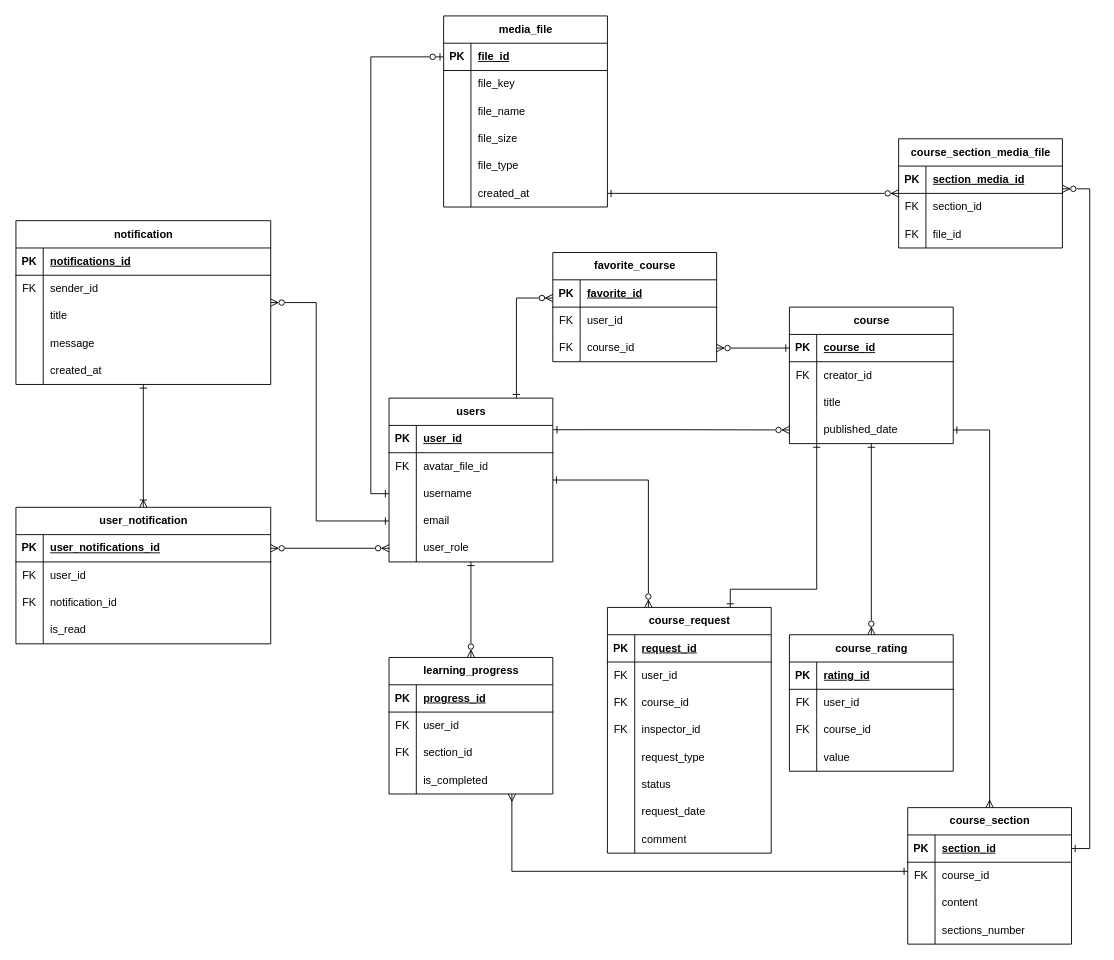
Before: diagrams/ER диаграмма (Entity Relations diagram)/ER diagram.drawio in sahland/9.5-Team, a draw.io diagram. Source tidied: cells renumbered, new cells numbered last; positions are measured from the earlier drawing's top-left corner, leaving out a move shared by most shapes. Both pictures are drawn from the tidied source at 91%, with x=0, y=0 at pixel (15, 15).
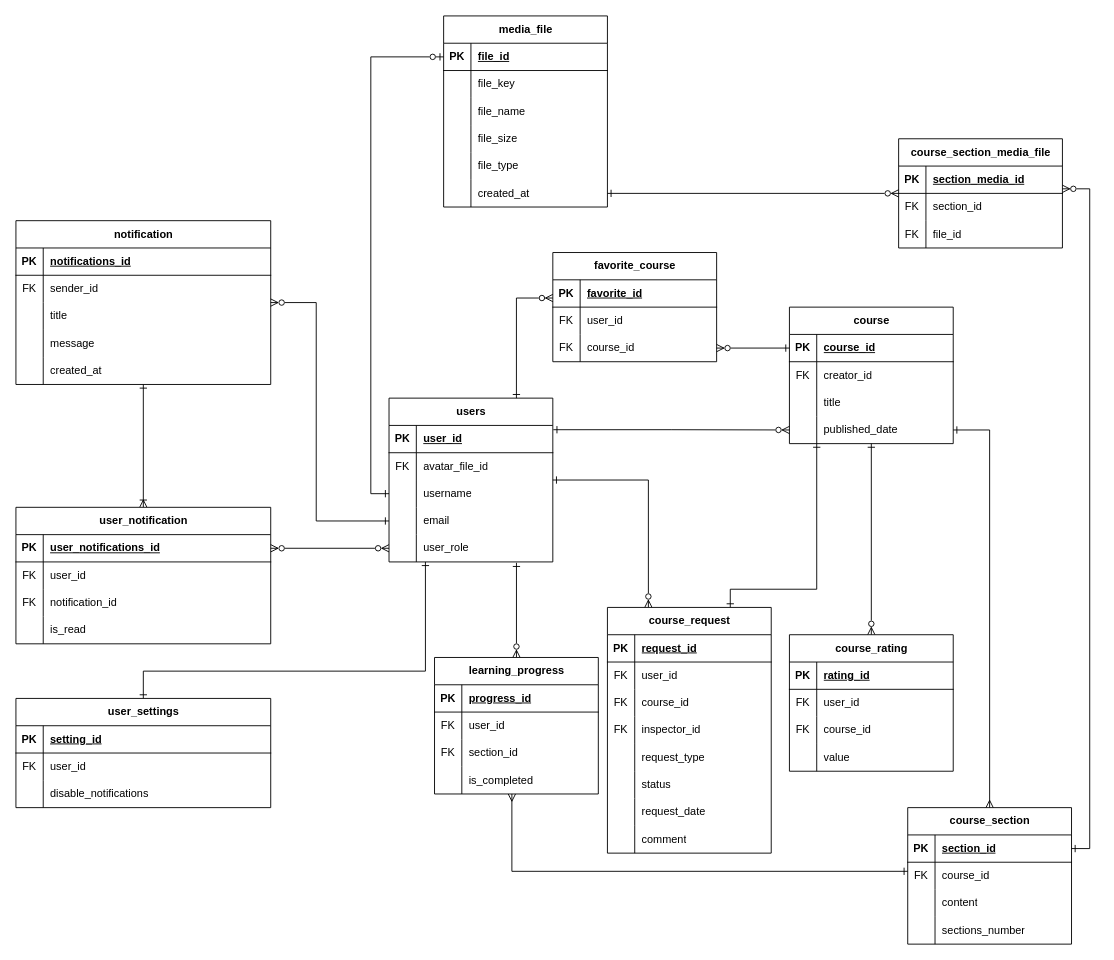
Above is the later version.

Commit message (it also covers changes not shown here):
fix: diagrams add user_setings

The change refers to these unchanged cells:
```xml
<mxCell id="6" value="users" style="shape=table;startSize=30;childLayout=tableLayout;rowLines=0;fontStyle=1;align=center;html=1;" parent="1" vertex="1">
  <mxGeometry x="410" y="420" width="180" height="180" as="geometry" />
</mxCell>
<mxCell id="19" style="shape=tableRow;horizontal=0;startSize=0;swimlaneHead=0;swimlaneBody=0;fillColor=none;points=[[0,0.5],[1,0.5]];portConstraint=eastwest;top=0;left=0;right=0;bottom=0;" parent="6" vertex="1">
  <mxGeometry y="150" width="180" height="30" as="geometry" />
</mxCell>
```

What changed in the source:
```diff
@@
-    <mxCell id="2" style="edgeStyle=orthogonalEdgeStyle;rounded=0;jettySize=auto;html=1;startArrow=ERone;startFill=0;endArrow=ERzeroToMany;endFill=0;" parent="1" edge="1" source="6" target="73">
+    <mxCell id="2" style="edgeStyle=orthogonalEdgeStyle;rounded=0;jettySize=auto;html=1;startArrow=ERone;startFill=0;endArrow=ERzeroToMany;endFill=0;exitX=0.778;exitY=1.033;exitDx=0;exitDy=0;exitPerimeter=0;" parent="1" edge="1" source="19" target="73">
       <mxGeometry relative="1" as="geometry" />
     </mxCell>
@@
+    <mxCell id="178" style="edgeStyle=orthogonalEdgeStyle;rounded=0;jettySize=auto;html=1;entryX=0.5;entryY=0;entryDx=0;entryDy=0;startArrow=ERone;startFill=0;endArrow=ERone;endFill=0;" parent="1" edge="1" source="6" target="179">
+      <mxGeometry relative="1" as="geometry">
+        <Array as="points">
+          <mxPoint x="450" y="720" />
+          <mxPoint x="140" y="720" />
+        </Array>
+      </mxGeometry>
+    </mxCell>
@@
     <mxCell id="73" value="learning_progress" style="shape=table;startSize=30;childLayout=tableLayout;rowLines=0;fontStyle=1;align=center;html=1;" parent="1" vertex="1">
-      <mxGeometry x="410" y="705" width="180" height="150" as="geometry" />
+      <mxGeometry x="460" y="705" width="180" height="150" as="geometry" />
     </mxCell>
@@
+    <mxCell id="179" value="user_settings" style="shape=table;startSize=30;childLayout=tableLayout;rowLines=0;fontStyle=1;align=center;html=1;" parent="1" vertex="1">
+      <mxGeometry y="750" width="280" height="120" as="geometry" />
+    </mxCell>
+    <mxCell id="180" style="shape=tableRow;horizontal=0;startSize=0;swimlaneHead=0;swimlaneBody=0;fillColor=none;top=0;left=0;right=0;bottom=1;" parent="179" vertex="1">
+      <mxGeometry y="30" width="280" height="30" as="geometry" />
+    </mxCell>
+    <mxCell id="181" value="PK" style="shape=partialRectangle;fillColor=none;top=0;left=0;bottom=0;right=0;fontStyle=1;overflow=hidden;whiteSpace=wrap;html=1;" parent="180" vertex="1">
+      <mxGeometry width="30" height="30" as="geometry" />
+    </mxCell>
+    <mxCell id="182" value="&lt;div style=&quot;text-align: center;&quot;&gt;&lt;span style=&quot;background-color: initial; text-wrap: nowrap;&quot;&gt;setting_id&lt;/span&gt;&lt;/div&gt;" style="shape=partialRectangle;fillColor=none;top=0;left=0;bottom=0;right=0;align=left;spacingLeft=6;fontStyle=5;overflow=hidden;whiteSpace=wrap;html=1;" parent="180" vertex="1">
+      <mxGeometry x="30" width="250" height="30" as="geometry" />
+    </mxCell>
+    <mxCell id="183" style="shape=tableRow;horizontal=0;startSize=0;swimlaneHead=0;swimlaneBody=0;fillColor=none;top=0;left=0;right=0;bottom=0;" parent="179" vertex="1">
+      <mxGeometry y="60" width="280" height="30" as="geometry" />
+    </mxCell>
+    <mxCell id="184" value="FK" style="shape=partialRectangle;fillColor=none;top=0;left=0;bottom=0;right=0;overflow=hidden;whiteSpace=wrap;html=1;" parent="183" vertex="1">
+      <mxGeometry width="30" height="30" as="geometry" />
+    </mxCell>
+    <mxCell id="185" value="user_id" style="shape=partialRectangle;fillColor=none;top=0;left=0;bottom=0;right=0;align=left;spacingLeft=6;overflow=hidden;whiteSpace=wrap;html=1;" parent="183" vertex="1">
+      <mxGeometry x="30" width="250" height="30" as="geometry" />
+    </mxCell>
+    <mxCell id="186" style="shape=tableRow;horizontal=0;startSize=0;swimlaneHead=0;swimlaneBody=0;fillColor=none;top=0;left=0;right=0;bottom=0;" parent="179" vertex="1">
+      <mxGeometry y="90" width="280" height="30" as="geometry" />
+    </mxCell>
+    <mxCell id="187" style="shape=partialRectangle;fillColor=none;top=0;left=0;bottom=0;right=0;overflow=hidden;whiteSpace=wrap;html=1;" parent="186" vertex="1">
+      <mxGeometry width="30" height="30" as="geometry" />
+    </mxCell>
+    <mxCell id="188" value="disable_notifications" style="shape=partialRectangle;fillColor=none;top=0;left=0;bottom=0;right=0;align=left;spacingLeft=6;overflow=hidden;whiteSpace=wrap;html=1;" parent="186" vertex="1">
+      <mxGeometry x="30" width="250" height="30" as="geometry" />
+    </mxCell>
```
